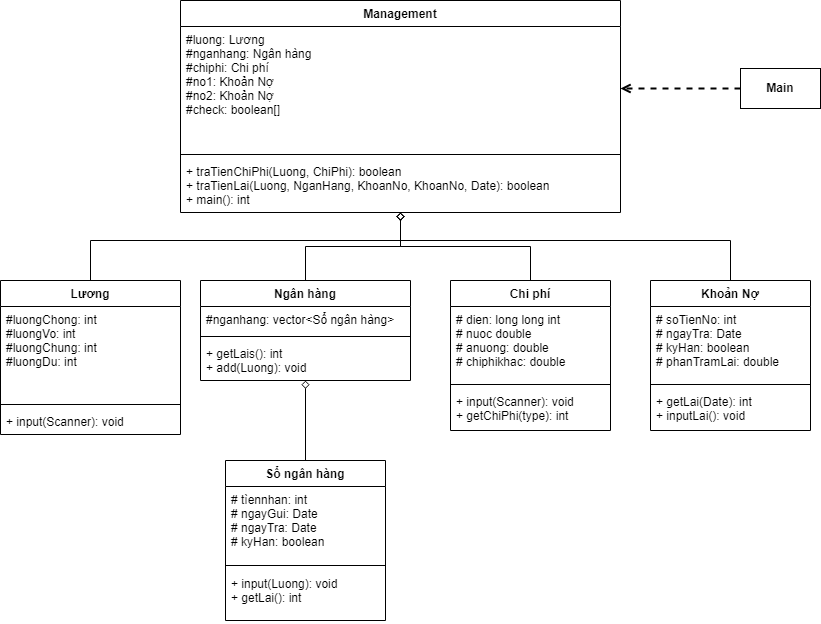
Above: TraNo.drawio.png in YumeAyasaki/QuanLyNo (draw.io), before the change. Source tidied: cells renumbered, new cells last; positions are measured from the earlier drawing's top-left corner, leaving out a move shared by most shapes.
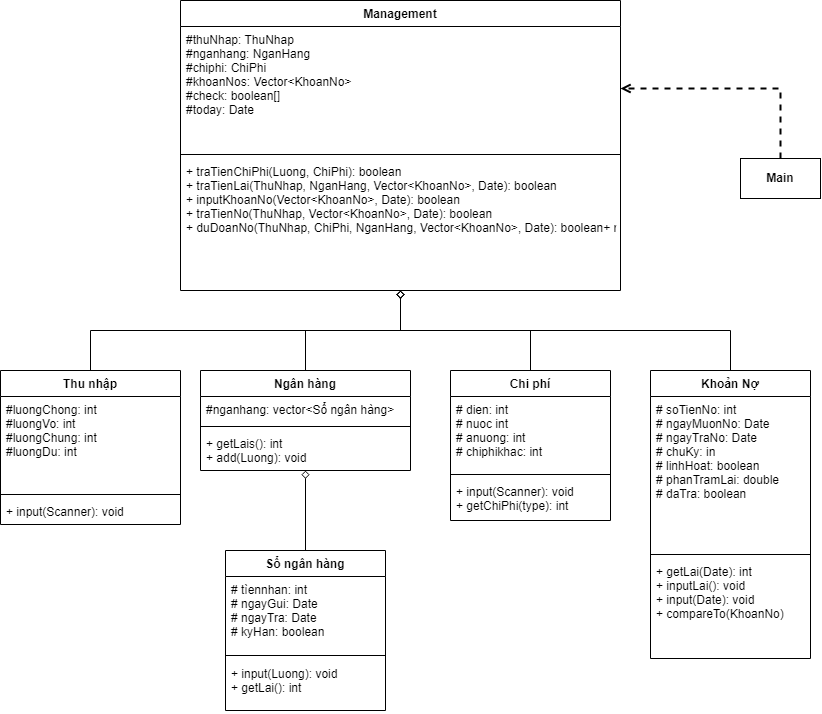
Above is the later version.

The edit, as a diff of the source:
```diff
@@ -3,16 +3,16 @@
     <mxCell id="0" />
     <mxCell id="1" parent="0" />
     <mxCell id="2" value="Management" style="swimlane;fontStyle=1;align=center;verticalAlign=top;horizontal=1;startSize=26;" parent="1" vertex="1">
-      <mxGeometry x="180" width="440" height="212" as="geometry" />
+      <mxGeometry x="180" y="-90" width="440" height="290" as="geometry" />
     </mxCell>
-    <mxCell id="3" value="#luong: Lương&#10;#nganhang: Ngân hàng&#10;#chiphi: Chi phí&#10;#no1: Khoản Nợ&#10;#no2: Khoản Nợ&#10;#check: boolean[]" style="text;strokeColor=none;fillColor=none;align=left;verticalAlign=top;spacingLeft=4;spacingRight=4;overflow=hidden;points=[[0,0.5],[1,0.5]];portConstraint=eastwest;" parent="2" vertex="1">
+    <mxCell id="3" value="#thuNhap: ThuNhap&#10;#nganhang: NganHang&#10;#chiphi: ChiPhi&#10;#khoanNos: Vector&lt;KhoanNo&gt;&#10;#check: boolean[]&#10;#today: Date" style="text;strokeColor=none;fillColor=none;align=left;verticalAlign=top;spacingLeft=4;spacingRight=4;overflow=hidden;points=[[0,0.5],[1,0.5]];portConstraint=eastwest;" parent="2" vertex="1">
       <mxGeometry y="26" width="440" height="124" as="geometry" />
     </mxCell>
     <mxCell id="4" style="line;strokeWidth=1;fillColor=none;align=left;verticalAlign=middle;spacingTop=-1;spacingLeft=3;spacingRight=3;labelPosition=right;" parent="2" vertex="1">
       <mxGeometry y="150" width="440" height="8" as="geometry" />
     </mxCell>
-    <mxCell id="5" value="+ traTienChiPhi(Luong, ChiPhi): boolean&#10;+ traTienLai(Luong, NganHang, KhoanNo, KhoanNo, Date): boolean&#10;+ main(): int" style="text;strokeColor=none;fillColor=none;align=left;verticalAlign=top;spacingLeft=4;spacingRight=4;overflow=hidden;" parent="2" vertex="1">
-      <mxGeometry y="158" width="440" height="54" as="geometry" />
+    <mxCell id="5" value="+ traTienChiPhi(Luong, ChiPhi): boolean&#10;+ traTienLai(ThuNhap, NganHang, Vector&lt;KhoanNo&gt;, Date): boolean&#10;+ inputKhoanNo(Vector&lt;KhoanNo&gt;, Date): boolean&#10;+ traTienNo(ThuNhap, Vector&lt;KhoanNo&gt;, Date): boolean&#10;+ duDoanNo(ThuNhap, ChiPhi, NganHang, Vector&lt;KhoanNo&gt;, Date): boolean+ main(): int" style="text;strokeColor=none;fillColor=none;align=left;verticalAlign=top;spacingLeft=4;spacingRight=4;overflow=hidden;" parent="2" vertex="1">
+      <mxGeometry y="158" width="440" height="132" as="geometry" />
     </mxCell>
     <mxCell id="6" style="edgeStyle=orthogonalEdgeStyle;rounded=0;jettySize=auto;html=1;endArrow=diamond;endFill=0;" parent="1" edge="1" source="7" target="2">
       <mxGeometry relative="1" as="geometry">
@@ -22,7 +22,7 @@
         </Array>
       </mxGeometry>
     </mxCell>
-    <mxCell id="7" value="Lương" style="swimlane;fontStyle=1;align=center;verticalAlign=top;horizontal=1;startSize=26;" parent="1" vertex="1">
+    <mxCell id="7" value="Thu nhập" style="swimlane;fontStyle=1;align=center;verticalAlign=top;horizontal=1;startSize=26;" parent="1" vertex="1">
       <mxGeometry y="280" width="180" height="154" as="geometry" />
     </mxCell>
     <mxCell id="8" value="#luongChong: int&#10;#luongVo: int&#10;#luongChung: int&#10;#luongDu: int" style="text;strokeColor=none;fillColor=none;align=left;verticalAlign=top;spacingLeft=4;spacingRight=4;overflow=hidden;" parent="7" vertex="1">
@@ -55,7 +55,7 @@
     <mxCell id="17" value="Chi phí" style="swimlane;fontStyle=1;align=center;verticalAlign=top;horizontal=1;startSize=26;" parent="1" vertex="1">
       <mxGeometry x="450" y="280" width="160" height="150" as="geometry" />
     </mxCell>
-    <mxCell id="18" value="# dien: long long int&#10;# nuoc double&#10;# anuong: double&#10;# chiphikhac: double" style="text;strokeColor=none;fillColor=none;align=left;verticalAlign=top;spacingLeft=4;spacingRight=4;overflow=hidden;" parent="17" vertex="1">
+    <mxCell id="18" value="# dien: int&#10;# nuoc int&#10;# anuong: int&#10;# chiphikhac: int" style="text;strokeColor=none;fillColor=none;align=left;verticalAlign=top;spacingLeft=4;spacingRight=4;overflow=hidden;" parent="17" vertex="1">
       <mxGeometry y="26" width="160" height="74" as="geometry" />
     </mxCell>
     <mxCell id="19" style="line;strokeWidth=1;fillColor=none;align=left;verticalAlign=middle;spacingTop=-1;spacingLeft=3;spacingRight=3;labelPosition=right;" parent="17" vertex="1">
@@ -73,16 +73,16 @@
       </mxGeometry>
     </mxCell>
     <mxCell id="22" value="Khoản Nợ" style="swimlane;fontStyle=1;align=center;verticalAlign=top;horizontal=1;startSize=26;" parent="1" vertex="1">
-      <mxGeometry x="650" y="280" width="160" height="150" as="geometry" />
+      <mxGeometry x="650" y="280" width="160" height="288" as="geometry" />
     </mxCell>
-    <mxCell id="23" value="# soTienNo: int&#10;# ngayTra: Date&#10;# kyHan: boolean&#10;# phanTramLai: double" style="text;strokeColor=none;fillColor=none;align=left;verticalAlign=top;spacingLeft=4;spacingRight=4;overflow=hidden;" parent="22" vertex="1">
-      <mxGeometry y="26" width="160" height="74" as="geometry" />
+    <mxCell id="23" value="# soTienNo: int&#10;# ngayMuonNo: Date&#10;# ngayTraNo: Date&#10;# chuKy: in&#10;# linhHoat: boolean&#10;# phanTramLai: double&#10;# daTra: boolean" style="text;strokeColor=none;fillColor=none;align=left;verticalAlign=top;spacingLeft=4;spacingRight=4;overflow=hidden;" parent="22" vertex="1">
+      <mxGeometry y="26" width="160" height="154" as="geometry" />
     </mxCell>
     <mxCell id="24" style="line;strokeWidth=1;fillColor=none;align=left;verticalAlign=middle;spacingTop=-1;spacingLeft=3;spacingRight=3;labelPosition=right;" parent="22" vertex="1">
-      <mxGeometry y="100" width="160" height="8" as="geometry" />
+      <mxGeometry y="180" width="160" height="8" as="geometry" />
     </mxCell>
-    <mxCell id="25" value="+ getLai(Date): int&#10;+ inputLai(): void" style="text;strokeColor=none;fillColor=none;align=left;verticalAlign=top;spacingLeft=4;spacingRight=4;overflow=hidden;" parent="22" vertex="1">
-      <mxGeometry y="108" width="160" height="42" as="geometry" />
+    <mxCell id="25" value="+ getLai(Date): int&#10;+ inputLai(): void&#10;+ input(Date): void&#10;+ compareTo(KhoanNo)" style="text;strokeColor=none;fillColor=none;align=left;verticalAlign=top;spacingLeft=4;spacingRight=4;overflow=hidden;" parent="22" vertex="1">
+      <mxGeometry y="188" width="160" height="100" as="geometry" />
     </mxCell>
     <mxCell id="26" style="edgeStyle=orthogonalEdgeStyle;rounded=0;jettySize=auto;html=1;endArrow=diamond;endFill=0;" parent="1" edge="1" source="27" target="12">
       <mxGeometry relative="1" as="geometry" />
```
